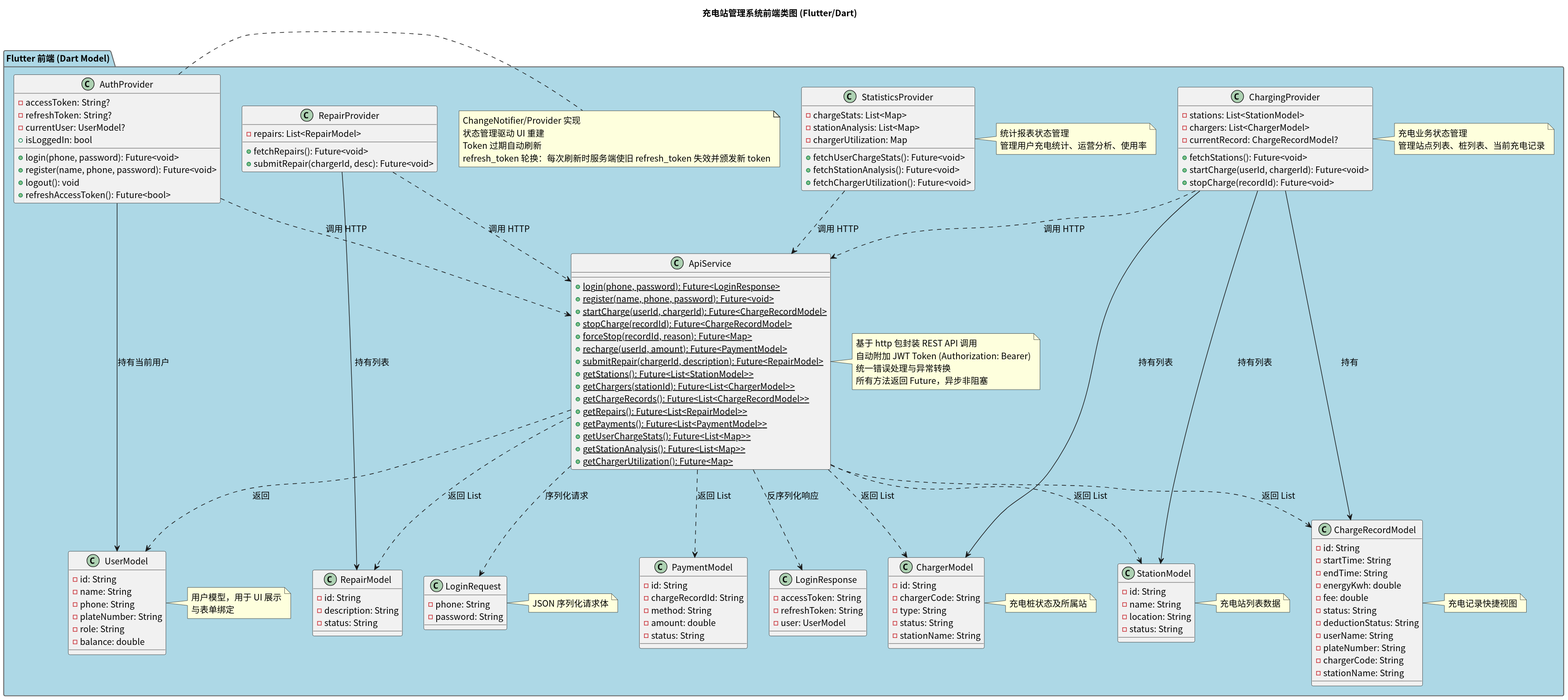
Above: class/img/frontend_class_diagram.svg in greenhandzdl/charging-station-doc (PlantUML), before the change.
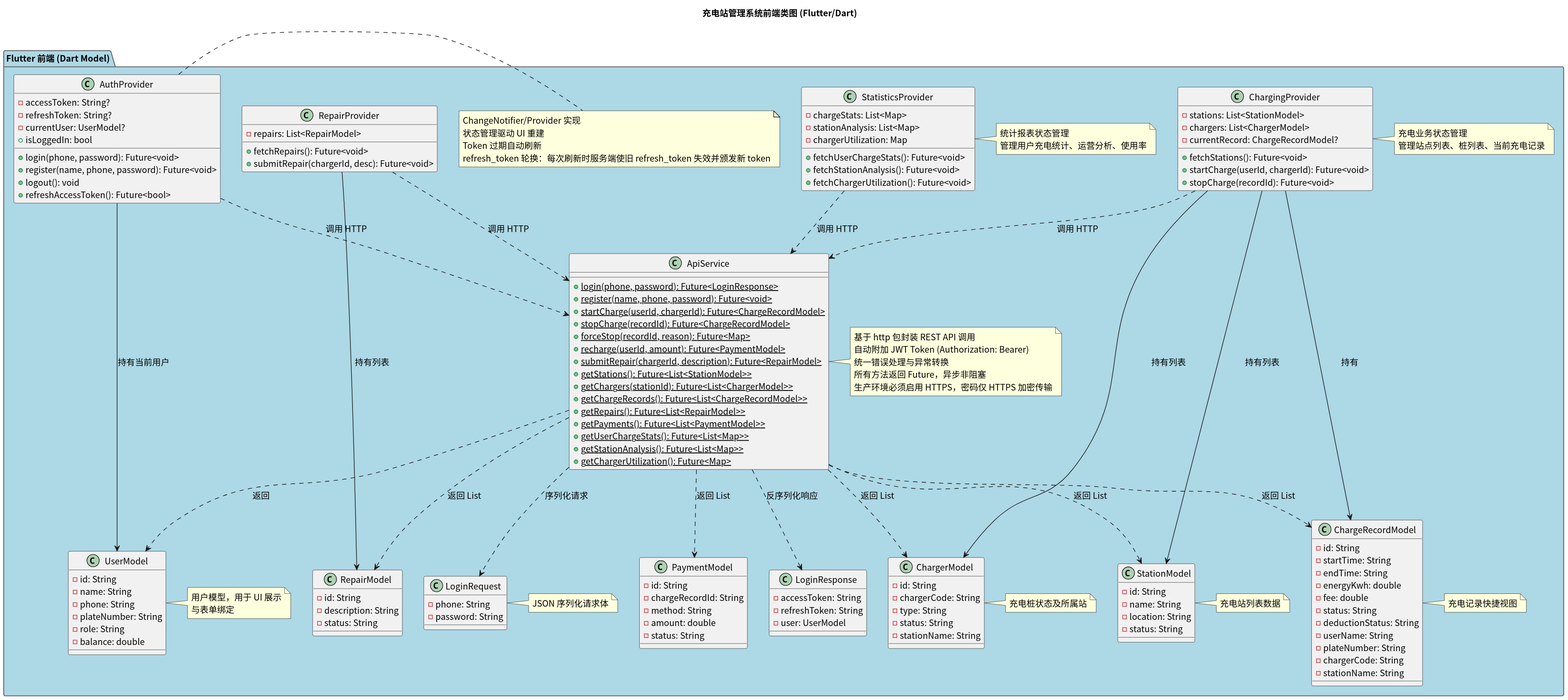
After the commit.

Diff of the diagram source:
```diff
@@ -94,7 +94,7 @@
     + {static} getStationAnalysis(): Future<List<Map>>
     + {static} getChargerUtilization(): Future<Map>
   }
-  note right of Api : 基于 http 包封装 REST API 调用\n自动附加 JWT Token (Authorization: Bearer)\n统一错误处理与异常转换\n所有方法返回 Future，异步非阻塞
+  note right of Api : 基于 http 包封装 REST API 调用\n自动附加 JWT Token (Authorization: Bearer)\n统一错误处理与异常转换\n所有方法返回 Future，异步非阻塞\n生产环境必须启用 HTTPS，密码仅 HTTPS 加密传输
 
   class "AuthProvider" as Auth {
     - accessToken: String?
```
